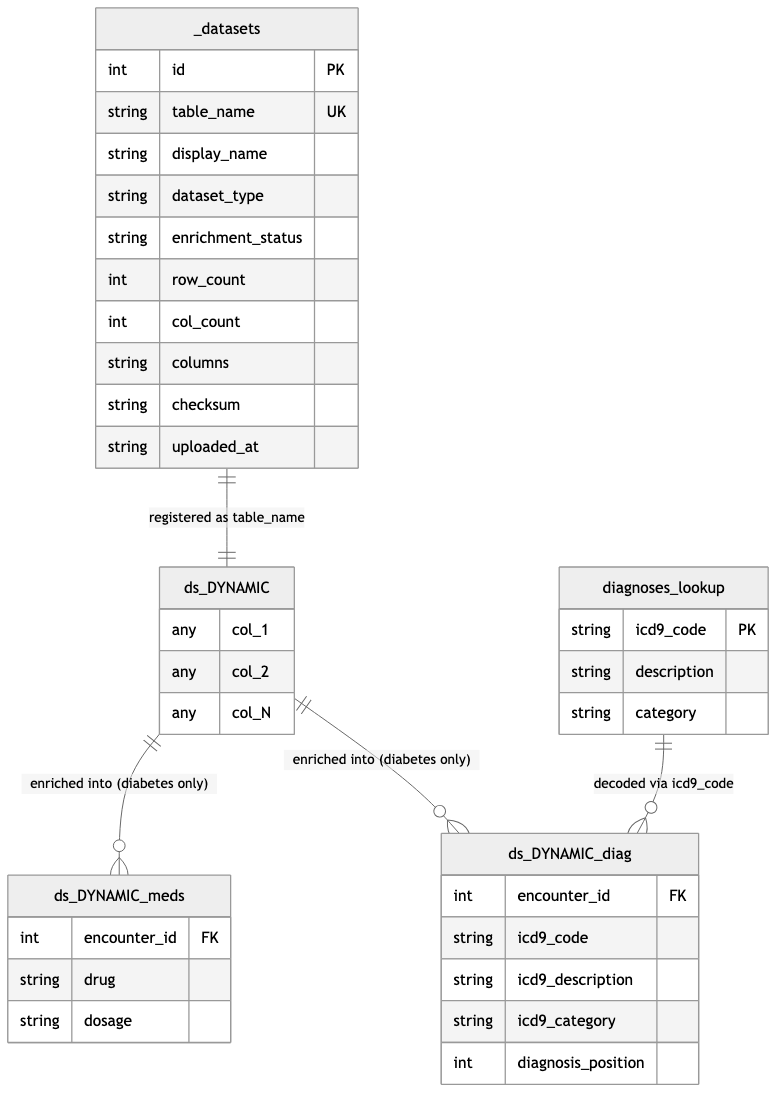
lukaszpaciorkowski/alk_projektsemestralny2 keeps this Mermaid diagram as docs/diagrams/er_diagram.png. Above is the earlier version. Its source is kept beside it as docs/diagrams/er_diagram.mmd.
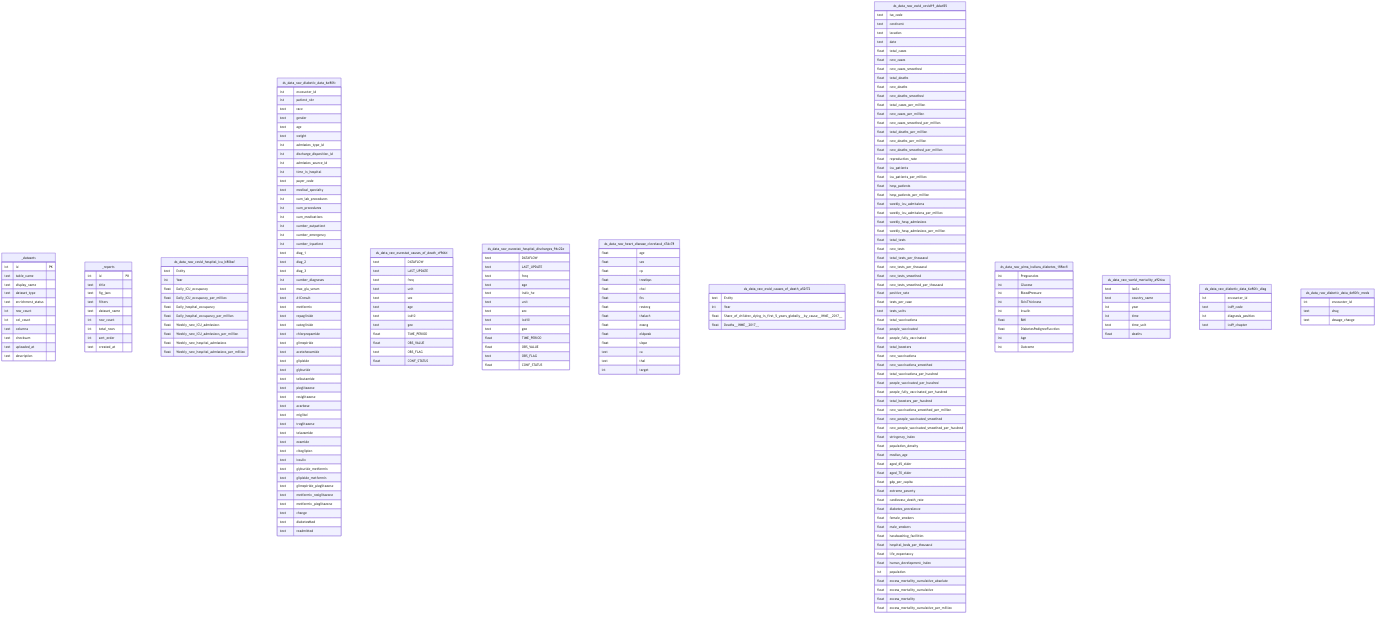
The same file after the commit.

Commit message:
feat: on-demand diagram generation, full ER columns, sanitise column names

What changed in the source:
```diff
@@ -1,40 +1,239 @@
 erDiagram
     _datasets {
         int id PK
-        string table_name UK
-        string display_name
-        string dataset_type
-        string enrichment_status
+        text table_name
+        text display_name
+        text dataset_type
+        text enrichment_status
         int row_count
         int col_count
-        string columns
-        string checksum
-        string uploaded_at
+        text columns
+        text checksum
+        text uploaded_at
+        text description
     }
-    ds_DYNAMIC {
-        any col_1
-        any col_2
-        any col_N
+    _reports {
+        int id PK
+        text title
+        text fig_json
+        text filters
+        text dataset_name
+        int row_count
+        int total_rows
+        int sort_order
+        text created_at
     }
-    ds_DYNAMIC_meds {
-        int encounter_id FK
-        string drug
-        string dosage
+    ds_data_raw_covid_hospital_icu_b80baf {
+        text Entity
+        int Year
+        float Daily_ICU_occupancy
+        float Daily_ICU_occupancy_per_million
+        float Daily_hospital_occupancy
+        float Daily_hospital_occupancy_per_million
+        float Weekly_new_ICU_admissions
+        float Weekly_new_ICU_admissions_per_million
+        float Weekly_new_hospital_admissions
+        float Weekly_new_hospital_admissions_per_million
     }
-    ds_DYNAMIC_diag {
-        int encounter_id FK
-        string icd9_code
-        string icd9_description
-        string icd9_category
+    ds_data_raw_diabetic_data_6e80fc {
+        int encounter_id
+        int patient_nbr
+        text race
+        text gender
+        text age
+        text weight
+        int admission_type_id
+        int discharge_disposition_id
+        int admission_source_id
+        int time_in_hospital
+        text payer_code
+        text medical_specialty
+        int num_lab_procedures
+        int num_procedures
+        int num_medications
+        int number_outpatient
+        int number_emergency
+        int number_inpatient
+        text diag_1
+        text diag_2
+        text diag_3
+        int number_diagnoses
+        text max_glu_serum
+        text A1Cresult
+        text metformin
+        text repaglinide
+        text nateglinide
+        text chlorpropamide
+        text glimepiride
+        text acetohexamide
+        text glipizide
+        text glyburide
+        text tolbutamide
+        text pioglitazone
+        text rosiglitazone
+        text acarbose
+        text miglitol
+        text troglitazone
+        text tolazamide
+        text examide
+        text citoglipton
+        text insulin
+        text glyburide_metformin
+        text glipizide_metformin
+        text glimepiride_pioglitazone
+        text metformin_rosiglitazone
+        text metformin_pioglitazone
+        text change
+        text diabetesMed
+        text readmitted
+    }
+    ds_data_raw_eurostat_causes_of_death_cf9664 {
+        text DATAFLOW
+        text LAST_UPDATE
+        text freq
+        text unit
+        text sex
+        text age
+        text icd10
+        text geo
+        float TIME_PERIOD
+        float OBS_VALUE
+        text OBS_FLAG
+        float CONF_STATUS
+    }
+    ds_data_raw_eurostat_hospital_discharges_94c22e {
+        text DATAFLOW
+        text LAST_UPDATE
+        text freq
+        text age
+        text indic_he
+        text unit
+        text sex
+        text icd10
+        text geo
+        float TIME_PERIOD
+        float OBS_VALUE
+        text OBS_FLAG
+        float CONF_STATUS
+    }
+    ds_data_raw_heart_disease_cleveland_47dc78 {
+        float age
+        float sex
+        float cp
+        float trestbps
+        float chol
+        float fbs
+        float restecg
+        float thalach
+        float exang
+        float oldpeak
+        float slope
+        text ca
+        text thal
+        int target
+    }
+    ds_data_raw_owid_causes_of_death_a52f72 {
+        text Entity
+        int Year
+        float Share_of_children_dying_in_first_5_years_globally__by_cause__IHME__2017__
+        float Deaths__IHME__2017__
+    }
+    ds_data_raw_owid_covid19_dda455 {
+        text iso_code
+        text continent
+        text location
+        text date
+        float total_cases
+        float new_cases
+        float new_cases_smoothed
+        float total_deaths
+        float new_deaths
+        float new_deaths_smoothed
+        float total_cases_per_million
+        float new_cases_per_million
+        float new_cases_smoothed_per_million
+        float total_deaths_per_million
+        float new_deaths_per_million
+        float new_deaths_smoothed_per_million
+        float reproduction_rate
+        float icu_patients
+        float icu_patients_per_million
+        float hosp_patients
+        float hosp_patients_per_million
+        float weekly_icu_admissions
+        float weekly_icu_admissions_per_million
+        float weekly_hosp_admissions
+        float weekly_hosp_admissions_per_million
+        float total_tests
+        float new_tests
+        float total_tests_per_thousand
+        float new_tests_per_thousand
+        float new_tests_smoothed
+        float new_tests_smoothed_per_thousand
+        float positive_rate
+        float tests_per_case
+        text tests_units
+        float total_vaccinations
+        float people_vaccinated
+        float people_fully_vaccinated
+        float total_boosters
+        float new_vaccinations
+        float new_vaccinations_smoothed
+        float total_vaccinations_per_hundred
+        float people_vaccinated_per_hundred
+        float people_fully_vaccinated_per_hundred
+        float total_boosters_per_hundred
+        float new_vaccinations_smoothed_per_million
+        float new_people_vaccinated_smoothed
+        float new_people_vaccinated_smoothed_per_hundred
+        float stringency_index
+        float population_density
+        float median_age
+        float aged_65_older
+        float aged_70_older
+        float gdp_per_capita
+        float extreme_poverty
+        float cardiovasc_death_rate
+        float diabetes_prevalence
+        float female_smokers
+        float male_smokers
+        float handwashing_facilities
+        float hospital_beds_per_thousand
+        float life_expectancy
+        float human_development_index
+        int population
+        float excess_mortality_cumulative_absolute
+        float excess_mortality_cumulative
+        float excess_mortality
+        float excess_mortality_cumulative_per_million
+    }
+    ds_data_raw_pima_indians_diabetes_188ec8 {
+        int Pregnancies
+        int Glucose
+        int BloodPressure
+        int SkinThickness
+        int Insulin
+        float BMI
+        float DiabetesPedigreeFunction
+        int Age
+        int Outcome
+    }
+    ds_data_raw_world_mortality_a924ca {
+        text iso3c
+        text country_name
+        int year
+        int time
+        text time_unit
+        float deaths
+    }
+    ds_data_raw_diabetic_data_6e80fc_diag {
+        int encounter_id
+        text icd9_code
         int diagnosis_position
+        text icd9_chapter
     }
-    diagnoses_lookup {
-        string icd9_code PK
-        string description
-        string category
+    ds_data_raw_diabetic_data_6e80fc_meds {
+        int encounter_id
+        text drug
+        text dosage_change
     }
-
-    _datasets ||--|| ds_DYNAMIC : "registered as table_name"
-    ds_DYNAMIC ||--o{ ds_DYNAMIC_meds : "enriched into (diabetes only)"
-    ds_DYNAMIC ||--o{ ds_DYNAMIC_diag : "enriched into (diabetes only)"
-    diagnoses_lookup ||--o{ ds_DYNAMIC_diag : "decoded via icd9_code"
```
